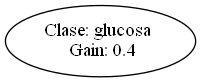
AlejandroFNadal/ia_decision_trees keeps this Graphviz diagram as test_output/gain.png. Above is the earlier version. Its source is kept beside it as test_output/gain.dot.
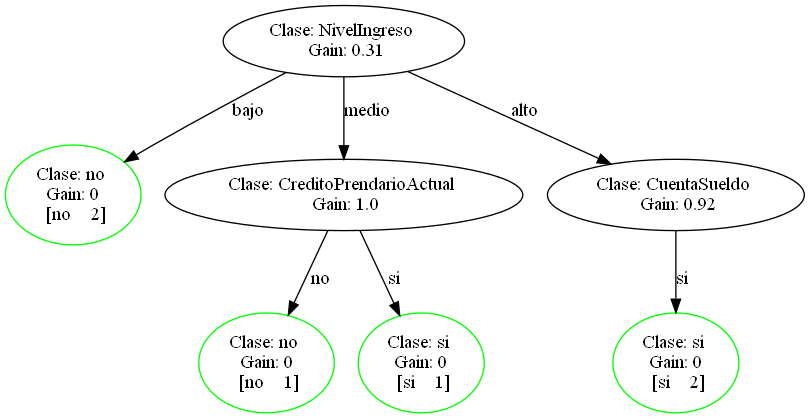
Later version of the same file.

The edit, as a diff of the source:
```diff
@@ -1,4 +1,26 @@
 digraph {
-	0 [label="Clase: glucosa
- Gain: 0.4"]
+	0 [label="Clase: NivelIngreso
+ Gain: 0.31"]
+	10 [label="Clase: no
+ Gain: 0
+ [no    2]" color=green]
+	0 -> 10 [label=bajo splines=line]
+	11 [label="Clase: CreditoPrendarioActual
+ Gain: 1.0"]
+	0 -> 11 [label=medio splines=line]
+	12 [label="Clase: no
+ Gain: 0
+ [no    1]" color=green]
+	11 -> 12 [label=no splines=line]
+	13 [label="Clase: si
+ Gain: 0
+ [si    1]" color=green]
+	11 -> 13 [label=si splines=line]
+	14 [label="Clase: CuentaSueldo
+ Gain: 0.92"]
+	0 -> 14 [label=alto splines=line]
+	15 [label="Clase: si
+ Gain: 0
+ [si    2]" color=green]
+	14 -> 15 [label=si splines=line]
 }
```
